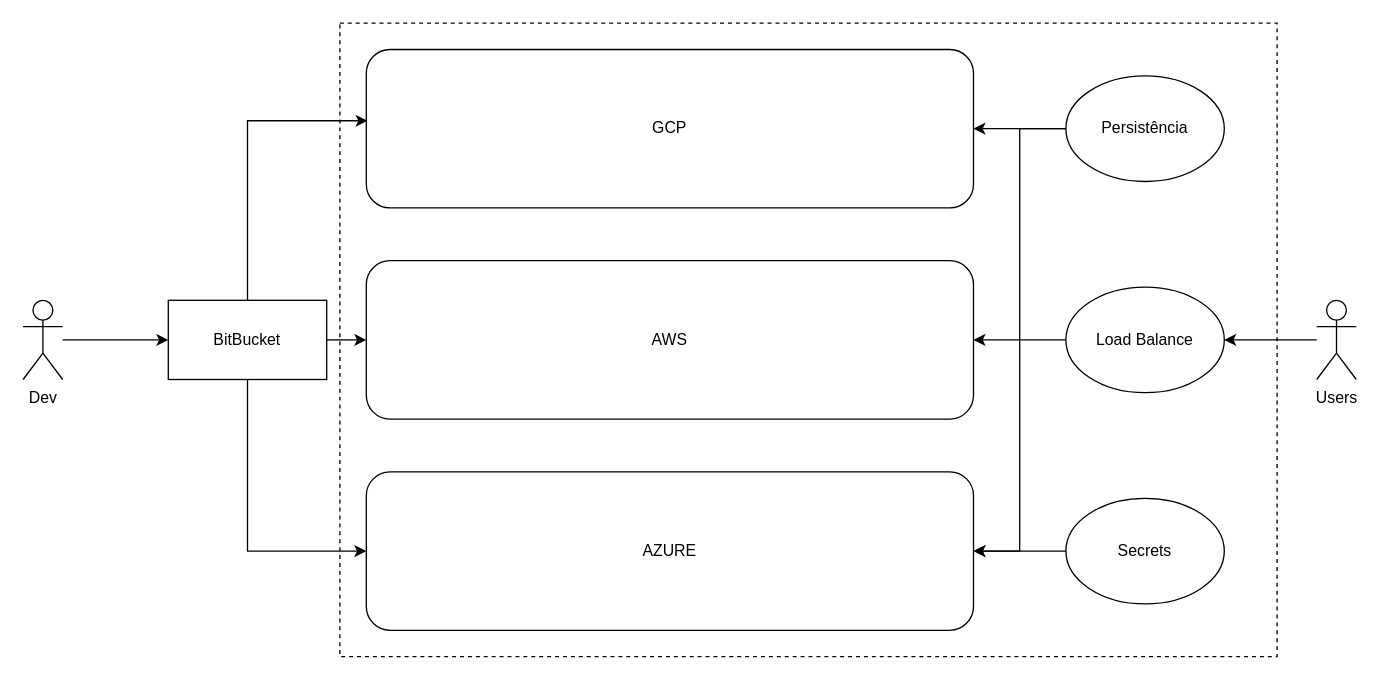
This is CICD/CICD Flow.drawio from skeeterx88/diagrams, a draw.io file, before an edit. Source tidied: cells renumbered, new cells numbered last; positions are measured from the earlier drawing's top-left corner, leaving out a move shared by most shapes. Both pictures are drawn from the tidied source at 132%, with x=0, y=0 at pixel (22, 22).
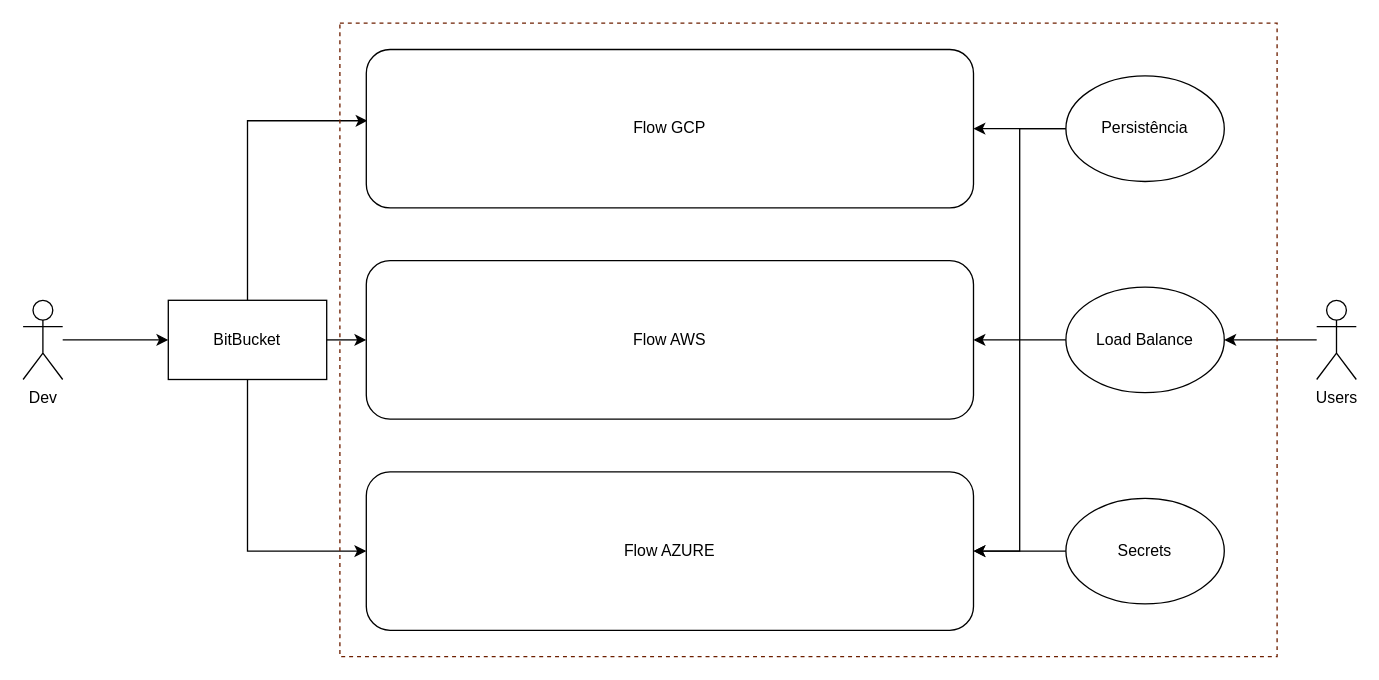
The same diagram, later.

What changed in the source:
```diff
@@
-    <mxCell id="6" value="GCP" style="rounded=1;whiteSpace=wrap;html=1;" parent="1" vertex="1">
+    <mxCell id="6" value="Flow GCP" style="rounded=1;whiteSpace=wrap;html=1;" parent="1" vertex="1">
       <mxGeometry x="260" y="20" width="460" height="120" as="geometry" />
     </mxCell>
-    <mxCell id="7" value="AWS" style="rounded=1;whiteSpace=wrap;html=1;" parent="1" vertex="1">
+    <mxCell id="7" value="Flow AWS" style="rounded=1;whiteSpace=wrap;html=1;" parent="1" vertex="1">
       <mxGeometry x="260" y="180" width="460" height="120" as="geometry" />
     </mxCell>
-    <mxCell id="8" value="AZURE" style="rounded=1;whiteSpace=wrap;html=1;" parent="1" vertex="1">
+    <mxCell id="8" value="Flow AZURE" style="rounded=1;whiteSpace=wrap;html=1;" parent="1" vertex="1">
       <mxGeometry x="260" y="340" width="460" height="120" as="geometry" />
     </mxCell>
@@
-    <mxCell id="20" style="rounded=0;whiteSpace=wrap;html=1;strokeColor=#000000;strokeWidth=1;fillColor=none;dashed=1;" parent="1" vertex="1">
+    <mxCell id="20" style="rounded=0;whiteSpace=wrap;html=1;strokeColor=#6D1F00;strokeWidth=1;dashed=1;shadow=0;fontColor=#ffffff;fillColor=none;perimeterSpacing=1;" parent="1" vertex="1">
       <mxGeometry x="240" width="710" height="480" as="geometry" />
     </mxCell>
```
